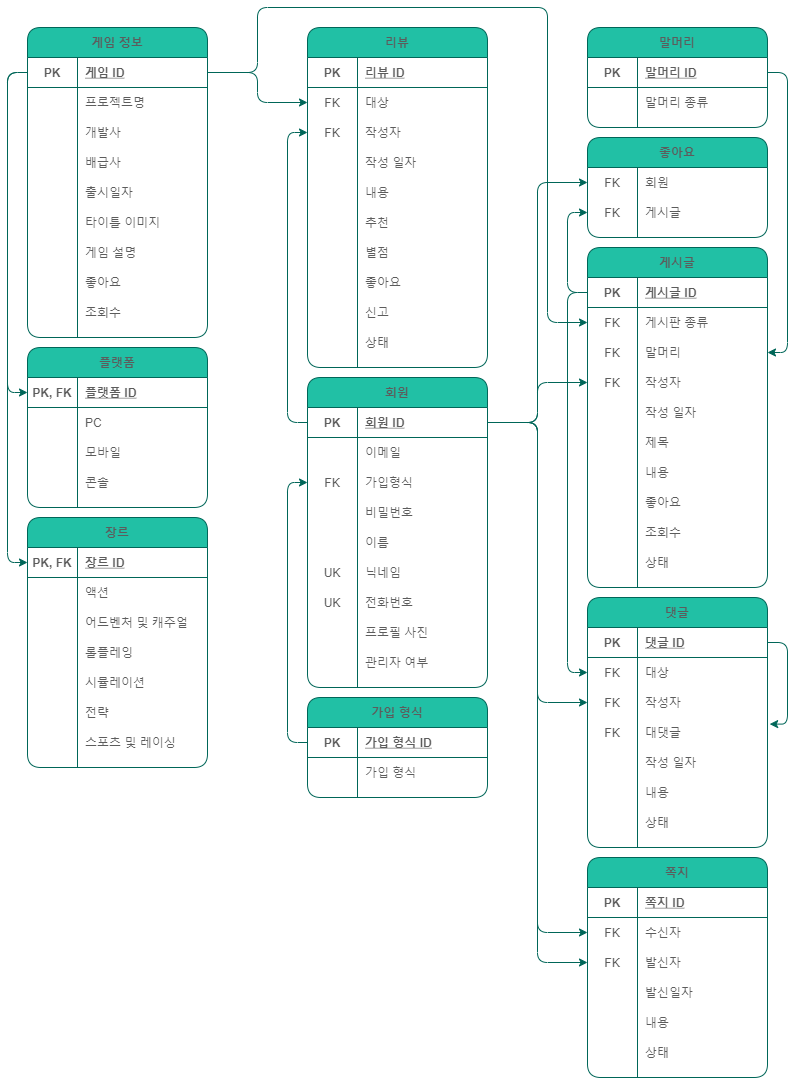
The draw.io diagram MIMIC-ERD.drawio.png in Bolgasaliee/SZ.SecondFinal-Database, before a commit. Source tidied: cells renumbered, new cells last; positions are measured from the earlier drawing's top-left corner, leaving out a move shared by most shapes.
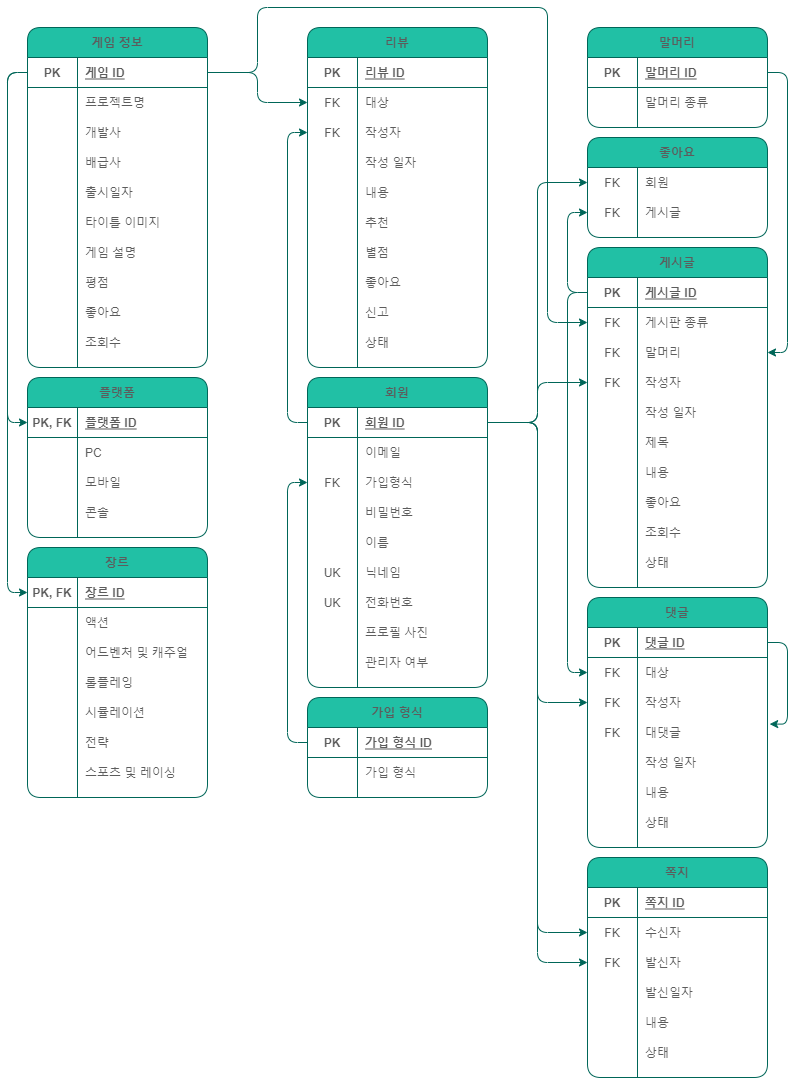
The same file after the commit.

What changed in the source:
```diff
@@ -306,7 +306,7 @@
       </mxGeometry>
     </mxCell>
     <mxCell id="101" value="플랫폼" style="shape=table;startSize=30;rowLines=0;fontStyle=1;align=center;fillColor=#21C0A5;strokeColor=#006658;fontColor=#5C5C5C;rounded=1;" parent="1" vertex="1">
-      <mxGeometry y="340" width="180" height="160" as="geometry" />
+      <mxGeometry y="370" width="180" height="160" as="geometry" />
     </mxCell>
     <mxCell id="102" style="shape=partialRectangle;fillColor=none;top=0;left=0;bottom=1;right=0;points=[[0,0.5],[1,0.5]];portConstraint=eastwest;strokeColor=#006658;fontColor=#5C5C5C;rounded=1;" parent="101" vertex="1">
       <mxGeometry y="30" width="180" height="30" as="geometry" />
@@ -438,7 +438,7 @@
       <mxGeometry x="50" width="130" height="30" as="geometry" />
     </mxCell>
     <mxCell id="145" value="장르" style="shape=table;startSize=30;rowLines=0;fontStyle=1;align=center;fillColor=#21C0A5;strokeColor=#006658;fontColor=#5C5C5C;rounded=1;" parent="1" vertex="1">
-      <mxGeometry y="510" width="180" height="250" as="geometry" />
+      <mxGeometry y="540" width="180" height="250" as="geometry" />
     </mxCell>
     <mxCell id="146" style="shape=partialRectangle;fillColor=none;top=0;left=0;bottom=1;right=0;points=[[0,0.5],[1,0.5]];portConstraint=eastwest;strokeColor=#006658;fontColor=#5C5C5C;rounded=1;" parent="145" vertex="1">
       <mxGeometry y="30" width="180" height="30" as="geometry" />
@@ -504,7 +504,7 @@
       <mxGeometry x="50" width="130" height="30" as="geometry" />
     </mxCell>
     <mxCell id="167" value="게임 정보" style="shape=table;startSize=30;rowLines=0;fontStyle=1;align=center;fillColor=#21C0A5;strokeColor=#006658;fontColor=#5C5C5C;rounded=1;" parent="1" vertex="1">
-      <mxGeometry y="20" width="180" height="310" as="geometry" />
+      <mxGeometry y="20" width="180" height="340" as="geometry" />
     </mxCell>
     <mxCell id="168" style="shape=partialRectangle;fillColor=none;top=0;left=0;bottom=1;right=0;points=[[0,0.5],[1,0.5]];portConstraint=eastwest;strokeColor=#006658;fontColor=#5C5C5C;rounded=1;" parent="167" vertex="1">
       <mxGeometry y="30" width="180" height="30" as="geometry" />
@@ -569,8 +569,17 @@
     <mxCell id="188" value="게임 설명" style="shape=partialRectangle;fillColor=none;top=0;left=0;bottom=0;right=0;align=left;spacingLeft=6;overflow=hidden;strokeColor=#006658;fontColor=#5C5C5C;rounded=1;" parent="186" vertex="1">
       <mxGeometry x="50" width="130" height="30" as="geometry" />
     </mxCell>
+    <mxCell id="235" style="shape=partialRectangle;fillColor=none;top=0;left=0;bottom=0;right=0;strokeColor=#006658;fontColor=#5C5C5C;rounded=1;" parent="167" vertex="1">
+      <mxGeometry y="240" width="180" height="30" as="geometry" />
+    </mxCell>
+    <mxCell id="236" style="shape=partialRectangle;fillColor=none;top=0;left=0;bottom=0;right=0;overflow=hidden;strokeColor=#006658;fontColor=#5C5C5C;rounded=1;" parent="235" vertex="1">
+      <mxGeometry width="50" height="30" as="geometry" />
+    </mxCell>
+    <mxCell id="237" value="평점" style="shape=partialRectangle;fillColor=none;top=0;left=0;bottom=0;right=0;align=left;spacingLeft=6;overflow=hidden;strokeColor=#006658;fontColor=#5C5C5C;rounded=1;" parent="235" vertex="1">
+      <mxGeometry x="50" width="130" height="30" as="geometry" />
+    </mxCell>
     <mxCell id="189" style="shape=partialRectangle;fillColor=none;top=0;left=0;bottom=0;right=0;strokeColor=#006658;fontColor=#5C5C5C;rounded=1;" parent="167" vertex="1">
-      <mxGeometry y="240" width="180" height="30" as="geometry" />
+      <mxGeometry y="270" width="180" height="30" as="geometry" />
     </mxCell>
     <mxCell id="190" style="shape=partialRectangle;fillColor=none;top=0;left=0;bottom=0;right=0;overflow=hidden;strokeColor=#006658;fontColor=#5C5C5C;rounded=1;" parent="189" vertex="1">
       <mxGeometry width="50" height="30" as="geometry" />
@@ -579,7 +588,7 @@
       <mxGeometry x="50" width="130" height="30" as="geometry" />
     </mxCell>
     <mxCell id="192" style="shape=partialRectangle;fillColor=none;top=0;left=0;bottom=0;right=0;strokeColor=#006658;fontColor=#5C5C5C;rounded=1;" parent="167" vertex="1">
-      <mxGeometry y="270" width="180" height="30" as="geometry" />
+      <mxGeometry y="300" width="180" height="30" as="geometry" />
     </mxCell>
     <mxCell id="193" style="shape=partialRectangle;fillColor=none;top=0;left=0;bottom=0;right=0;overflow=hidden;strokeColor=#006658;fontColor=#5C5C5C;rounded=1;" parent="192" vertex="1">
       <mxGeometry width="50" height="30" as="geometry" />
```
